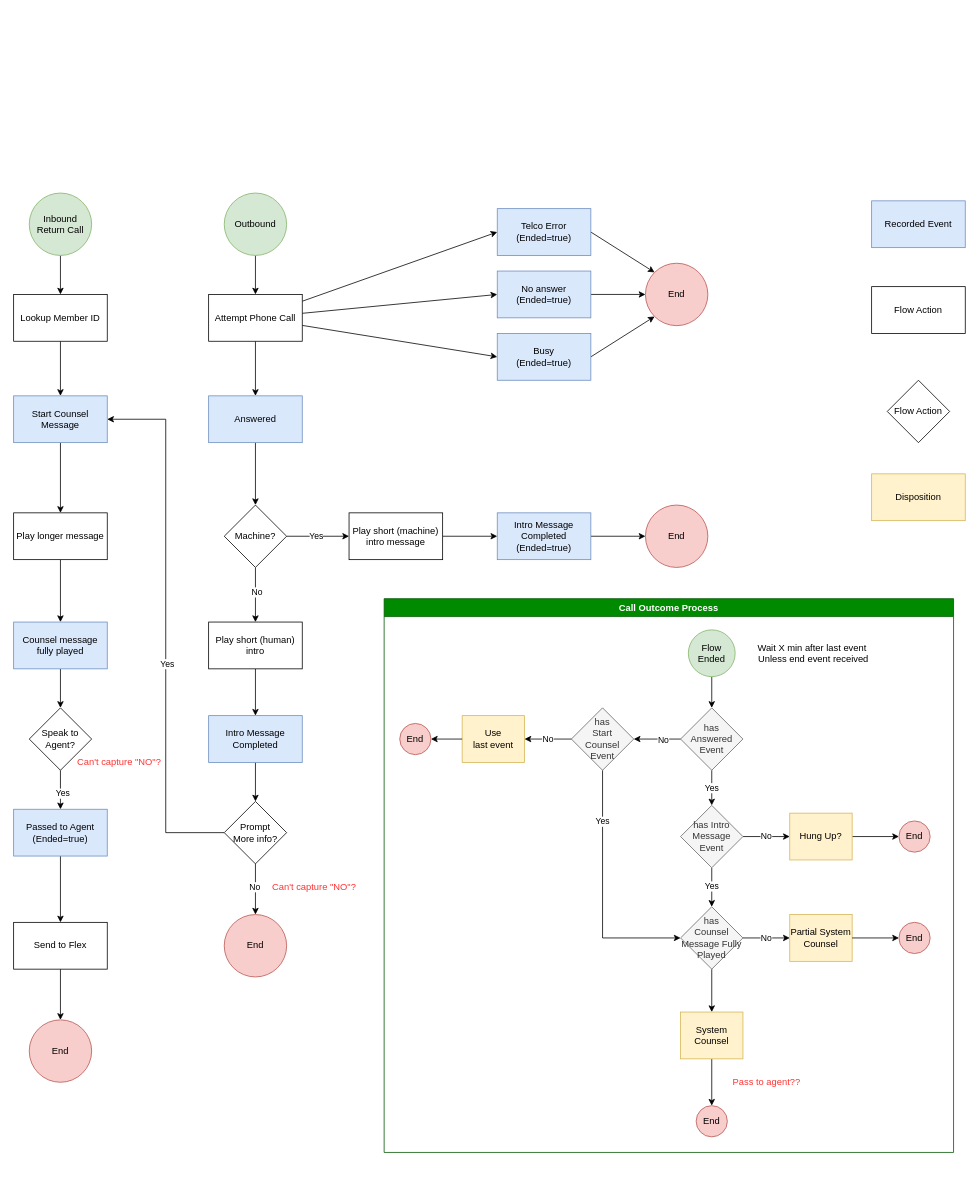
Before: Untitled Diagram.drawio in mfoulk/diagrams, a draw.io diagram. Source tidied: cells renumbered, new cells numbered last; positions are measured from the earlier drawing's top-left corner, leaving out a move shared by most shapes. Both pictures are drawn from the tidied source at 78%, with x=0, y=0 at pixel (13, 193).
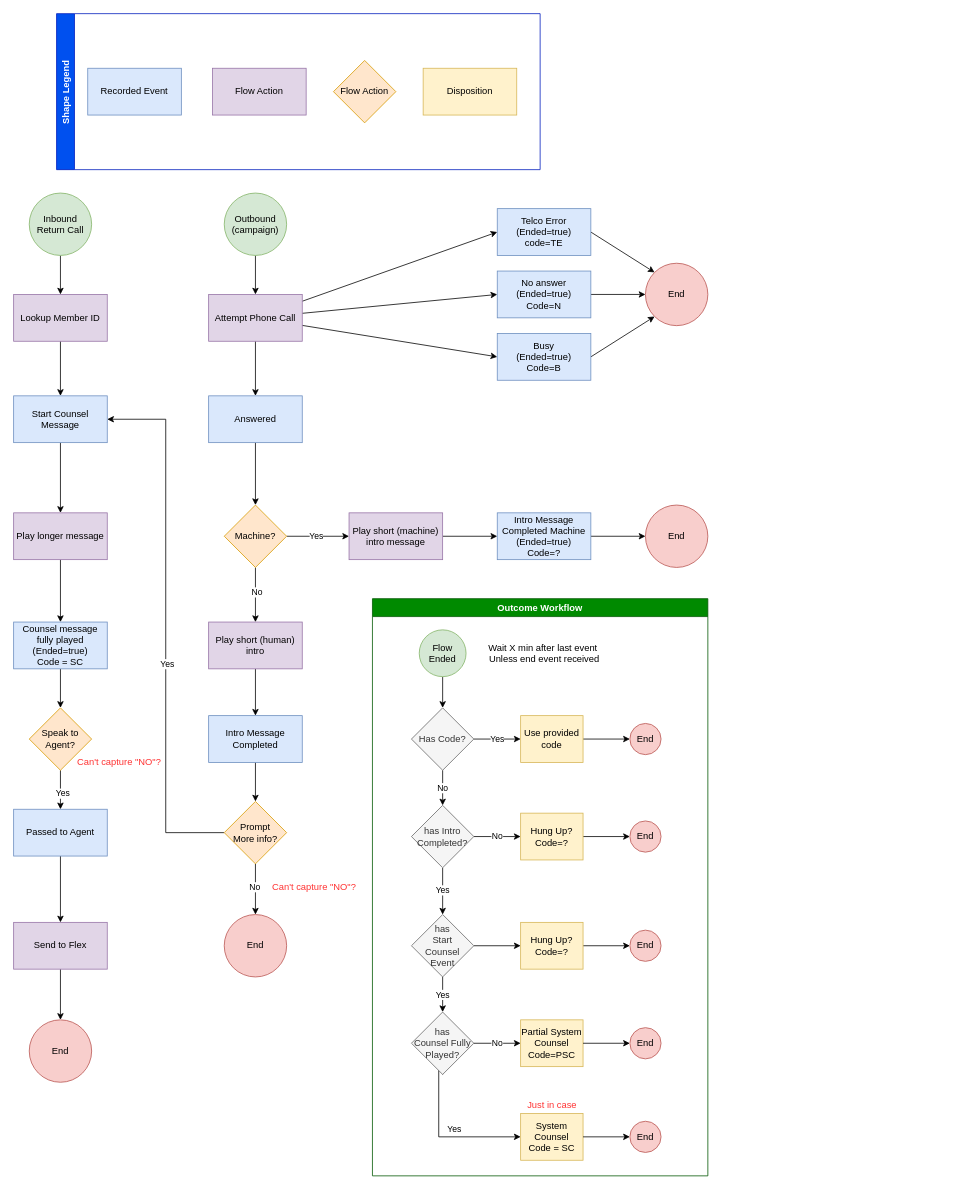
After the change.

Change to the diagram source:
```diff
@@
-    <mxCell id="3" value="Outbound" style="ellipse;whiteSpace=wrap;html=1;fillColor=#d5e8d4;strokeColor=#82b366;" parent="1" vertex="1">
+    <mxCell id="3" value="Outbound&lt;br&gt;(campaign)" style="ellipse;whiteSpace=wrap;html=1;fillColor=#d5e8d4;strokeColor=#82b366;" parent="1" vertex="1">
       <mxGeometry x="270" width="80" height="80" as="geometry" />
     </mxCell>
@@
-    <mxCell id="7" value="Play short (human) intro" style="rounded=0;whiteSpace=wrap;html=1;" parent="1" vertex="1">
+    <mxCell id="7" value="Play short (human) intro" style="rounded=0;whiteSpace=wrap;html=1;fillColor=#e1d5e7;strokeColor=#9673a6;" parent="1" vertex="1">
       <mxGeometry x="250" y="550" width="120" height="60" as="geometry" />
     </mxCell>
@@
-    <mxCell id="12" value="Machine?" style="rhombus;whiteSpace=wrap;html=1;" parent="1" vertex="1">
+    <mxCell id="12" value="Machine?" style="rhombus;whiteSpace=wrap;html=1;fillColor=#ffe6cc;strokeColor=#d79b00;" parent="1" vertex="1">
       <mxGeometry x="270" y="400" width="80" height="80" as="geometry" />
     </mxCell>
@@
-    <mxCell id="14" value="Play longer message" style="rounded=0;whiteSpace=wrap;html=1;" parent="1" vertex="1">
+    <mxCell id="14" value="Play longer message" style="rounded=0;whiteSpace=wrap;html=1;fillColor=#e1d5e7;strokeColor=#9673a6;" parent="1" vertex="1">
       <mxGeometry y="410" width="120" height="60" as="geometry" />
     </mxCell>
@@
-    <mxCell id="16" value="Play short (machine) intro message" style="rounded=0;whiteSpace=wrap;html=1;" parent="1" vertex="1">
+    <mxCell id="16" value="Play short (machine) intro message" style="rounded=0;whiteSpace=wrap;html=1;fillColor=#e1d5e7;strokeColor=#9673a6;" parent="1" vertex="1">
       <mxGeometry x="430" y="410" width="120" height="60" as="geometry" />
     </mxCell>
@@
-    <mxCell id="21" value="Prompt &lt;br&gt;More info?" style="rhombus;whiteSpace=wrap;html=1;" parent="1" vertex="1">
+    <mxCell id="21" value="Prompt &lt;br&gt;More info?" style="rhombus;whiteSpace=wrap;html=1;fillColor=#ffe6cc;strokeColor=#d79b00;" parent="1" vertex="1">
       <mxGeometry x="270" y="780" width="80" height="80" as="geometry" />
     </mxCell>
@@
-    <mxCell id="24" value="Speak to Agent?" style="rhombus;whiteSpace=wrap;html=1;" parent="1" vertex="1">
+    <mxCell id="24" value="Speak to Agent?" style="rhombus;whiteSpace=wrap;html=1;fillColor=#ffe6cc;strokeColor=#d79b00;" parent="1" vertex="1">
       <mxGeometry x="20" y="660" width="80" height="80" as="geometry" />
     </mxCell>
@@
-    <mxCell id="26" value="Send to Flex" style="rounded=0;whiteSpace=wrap;html=1;" parent="1" vertex="1">
+    <mxCell id="26" value="Send to Flex" style="rounded=0;whiteSpace=wrap;html=1;fillColor=#e1d5e7;strokeColor=#9673a6;" parent="1" vertex="1">
       <mxGeometry y="935" width="120" height="60" as="geometry" />
     </mxCell>
@@
-    <mxCell id="28" value="Intro Message Completed&lt;br&gt;(Ended=true)" style="whiteSpace=wrap;html=1;rounded=0;fillColor=#dae8fc;strokeColor=#6c8ebf;" parent="1" vertex="1">
+    <mxCell id="28" value="Intro Message Completed Machine&lt;br&gt;(Ended=true)&lt;br&gt;Code=?" style="whiteSpace=wrap;html=1;rounded=0;fillColor=#dae8fc;strokeColor=#6c8ebf;" parent="1" vertex="1">
       <mxGeometry x="620" y="410" width="120" height="60" as="geometry" />
     </mxCell>
@@
-    <mxCell id="33" value="Counsel message fully played" style="whiteSpace=wrap;html=1;rounded=0;fillColor=#dae8fc;strokeColor=#6c8ebf;" parent="1" vertex="1">
+    <mxCell id="33" value="Counsel message fully played&lt;br&gt;(Ended=true)&lt;br&gt;Code = SC" style="whiteSpace=wrap;html=1;rounded=0;fillColor=#dae8fc;strokeColor=#6c8ebf;" parent="1" vertex="1">
       <mxGeometry y="550" width="120" height="60" as="geometry" />
     </mxCell>
@@
-    <mxCell id="35" value="Passed to Agent&lt;br&gt;(Ended=true)" style="whiteSpace=wrap;html=1;rounded=0;fillColor=#dae8fc;strokeColor=#6c8ebf;" parent="1" vertex="1">
+    <mxCell id="35" value="Passed to Agent" style="whiteSpace=wrap;html=1;rounded=0;fillColor=#dae8fc;strokeColor=#6c8ebf;" parent="1" vertex="1">
       <mxGeometry y="790" width="120" height="60" as="geometry" />
     </mxCell>
@@
-    <mxCell id="40" value="Attempt Phone Call" style="rounded=0;whiteSpace=wrap;html=1;" parent="1" vertex="1">
+    <mxCell id="40" value="Attempt Phone Call" style="rounded=0;whiteSpace=wrap;html=1;fillColor=#e1d5e7;strokeColor=#9673a6;" parent="1" vertex="1">
       <mxGeometry x="250" y="130" width="120" height="60" as="geometry" />
     </mxCell>
@@
-    <mxCell id="42" value="No answer&lt;br&gt;(Ended=true)" style="whiteSpace=wrap;html=1;rounded=0;fillColor=#dae8fc;strokeColor=#6c8ebf;" parent="1" vertex="1">
+    <mxCell id="42" value="No answer&lt;br&gt;(Ended=true)&lt;br&gt;Code=N" style="whiteSpace=wrap;html=1;rounded=0;fillColor=#dae8fc;strokeColor=#6c8ebf;" parent="1" vertex="1">
       <mxGeometry x="620" y="100" width="120" height="60" as="geometry" />
     </mxCell>
@@
-    <mxCell id="44" value="Telco Error&lt;br&gt;(Ended=true)" style="whiteSpace=wrap;html=1;rounded=0;fillColor=#dae8fc;strokeColor=#6c8ebf;" parent="1" vertex="1">
+    <mxCell id="44" value="Telco Error&lt;br&gt;(Ended=true)&lt;br&gt;code=TE" style="whiteSpace=wrap;html=1;rounded=0;fillColor=#dae8fc;strokeColor=#6c8ebf;" parent="1" vertex="1">
       <mxGeometry x="620" y="20" width="120" height="60" as="geometry" />
     </mxCell>
@@
-    <mxCell id="46" value="Busy&lt;br&gt;(Ended=true)" style="whiteSpace=wrap;html=1;rounded=0;fillColor=#dae8fc;strokeColor=#6c8ebf;" parent="1" vertex="1">
+    <mxCell id="46" value="Busy&lt;br&gt;(Ended=true)&lt;br&gt;Code=B" style="whiteSpace=wrap;html=1;rounded=0;fillColor=#dae8fc;strokeColor=#6c8ebf;" parent="1" vertex="1">
       <mxGeometry x="620" y="180" width="120" height="60" as="geometry" />
     </mxCell>
@@
-    <mxCell id="50" value="Recorded Event" style="whiteSpace=wrap;html=1;rounded=0;fillColor=#dae8fc;strokeColor=#6c8ebf;" parent="1" vertex="1">
-      <mxGeometry x="1100" y="10" width="120" height="60" as="geometry" />
-    </mxCell>
@@
-    <mxCell id="52" value="Lookup Member ID" style="rounded=0;whiteSpace=wrap;html=1;" parent="1" vertex="1">
+    <mxCell id="52" value="Lookup Member ID" style="rounded=0;whiteSpace=wrap;html=1;fillColor=#e1d5e7;strokeColor=#9673a6;" parent="1" vertex="1">
       <mxGeometry y="130" width="120" height="60" as="geometry" />
     </mxCell>
@@
-    <mxCell id="56" value="Call Outcome Process" style="swimlane;fillColor=#008a00;strokeColor=#005700;fontColor=#ffffff;" parent="1" vertex="1">
-      <mxGeometry x="475" y="520" width="730" height="710" as="geometry" />
+    <mxCell id="56" value="Outcome Workflow" style="swimlane;fillColor=#008a00;strokeColor=#005700;fontColor=#ffffff;" parent="1" vertex="1">
+      <mxGeometry x="460" y="520" width="430" height="740" as="geometry" />
     </mxCell>
@@
     <mxCell id="58" value="Flow Ended" style="ellipse;whiteSpace=wrap;html=1;fillColor=#d5e8d4;strokeColor=#82b366;" parent="56" vertex="1">
-      <mxGeometry x="390" y="40" width="60" height="60" as="geometry" />
+      <mxGeometry x="60" y="40" width="60" height="60" as="geometry" />
     </mxCell>
-    <mxCell id="59" value="Yes" style="edgeStyle=none;rounded=0;jettySize=auto;html=1;" parent="56" edge="1" source="60" target="64">
+    <mxCell id="59" value="No" style="edgeStyle=none;rounded=0;jettySize=auto;html=1;" parent="56" edge="1" source="60" target="64">
       <mxGeometry relative="1" as="geometry" />
     </mxCell>
+    <mxCell id="94" value="&lt;font color=&quot;#000000&quot;&gt;Yes&lt;/font&gt;" style="edgeStyle=orthogonalEdgeStyle;rounded=0;jettySize=auto;html=1;entryX=0;entryY=0.5;entryDx=0;entryDy=0;fontColor=#FF3333;" parent="56" edge="1" source="60" target="98">
+      <mxGeometry relative="1" as="geometry" />
+    </mxCell>
-    <mxCell id="60" value="has &lt;br&gt;Answered Event" style="rhombus;whiteSpace=wrap;html=1;fillColor=#f5f5f5;fontColor=#333333;strokeColor=#666666;" parent="56" vertex="1">
-      <mxGeometry x="380" y="140" width="80" height="80" as="geometry" />
+    <mxCell id="60" value="Has Code?" style="rhombus;whiteSpace=wrap;html=1;fillColor=#f5f5f5;fontColor=#333333;strokeColor=#666666;" parent="56" vertex="1">
+      <mxGeometry x="50" y="140" width="80" height="80" as="geometry" />
     </mxCell>
@@
-    <mxCell id="62" style="edgeStyle=none;rounded=0;jettySize=auto;html=1;" parent="56" edge="1" source="64" target="69">
+    <mxCell id="62" style="edgeStyle=none;rounded=0;jettySize=auto;html=1;entryX=0.5;entryY=0;entryDx=0;entryDy=0;" parent="56" edge="1" source="64" target="79">
       <mxGeometry relative="1" as="geometry" />
     </mxCell>
@@
-    <mxCell id="64" value="has Intro Message&lt;br&gt;Event" style="rhombus;whiteSpace=wrap;html=1;fillColor=#f5f5f5;fontColor=#333333;strokeColor=#666666;" parent="56" vertex="1">
-      <mxGeometry x="380" y="265" width="80" height="80" as="geometry" />
+    <mxCell id="64" value="has Intro Completed?" style="rhombus;whiteSpace=wrap;html=1;fillColor=#f5f5f5;fontColor=#333333;strokeColor=#666666;" parent="56" vertex="1">
+      <mxGeometry x="50" y="265" width="80" height="80" as="geometry" />
     </mxCell>
@@
-    <mxCell id="66" value="Hung Up?" style="whiteSpace=wrap;html=1;fillColor=#fff2cc;strokeColor=#d6b656;" parent="56" vertex="1">
-      <mxGeometry x="520" y="275" width="80" height="60" as="geometry" />
+    <mxCell id="66" value="Hung Up?&lt;br&gt;Code=?" style="whiteSpace=wrap;html=1;fillColor=#fff2cc;strokeColor=#d6b656;" parent="56" vertex="1">
+      <mxGeometry x="190" y="275" width="80" height="60" as="geometry" />
     </mxCell>
     <mxCell id="67" value="End" style="ellipse;whiteSpace=wrap;html=1;fillColor=#f8cecc;strokeColor=#b85450;" parent="56" vertex="1">
-      <mxGeometry x="660" y="285" width="40" height="40" as="geometry" />
+      <mxGeometry x="330" y="285" width="40" height="40" as="geometry" />
     </mxCell>
-    <mxCell id="68" style="edgeStyle=orthogonalEdgeStyle;rounded=0;jettySize=auto;html=1;" parent="56" edge="1" source="69" target="81">
-      <mxGeometry relative="1" as="geometry" />
+    <mxCell id="68" value="Yes" style="edgeStyle=orthogonalEdgeStyle;rounded=0;jettySize=auto;html=1;exitX=0.5;exitY=1;exitDx=0;exitDy=0;" parent="56" edge="1" source="69" target="81">
+      <mxGeometry x="0.37" y="10" relative="1" as="geometry">
+        <Array as="points">
+          <mxPoint x="90" y="570" />
+          <mxPoint x="85" y="570" />
+          <mxPoint x="85" y="690" />
+        </Array>
+      </mxGeometry>
     </mxCell>
-    <mxCell id="69" value="has &lt;br&gt;Counsel Message Fully&lt;br&gt;Played" style="rhombus;whiteSpace=wrap;html=1;fillColor=#f5f5f5;fontColor=#333333;strokeColor=#666666;" parent="56" vertex="1">
-      <mxGeometry x="380" y="395" width="80" height="80" as="geometry" />
+    <mxCell id="69" value="has &lt;br&gt;Counsel Fully&lt;br&gt;Played?" style="rhombus;whiteSpace=wrap;html=1;fillColor=#f5f5f5;fontColor=#333333;strokeColor=#666666;" parent="56" vertex="1">
+      <mxGeometry x="50" y="530" width="80" height="80" as="geometry" />
     </mxCell>
-    <mxCell id="70" value="Partial System Counsel" style="whiteSpace=wrap;html=1;fillColor=#fff2cc;strokeColor=#d6b656;" parent="56" vertex="1">
-      <mxGeometry x="520" y="405" width="80" height="60" as="geometry" />
+    <mxCell id="70" value="Partial System Counsel&lt;br&gt;Code=PSC" style="whiteSpace=wrap;html=1;fillColor=#fff2cc;strokeColor=#d6b656;" parent="56" vertex="1">
+      <mxGeometry x="190" y="540" width="80" height="60" as="geometry" />
     </mxCell>
@@
     <mxCell id="72" value="End" style="ellipse;whiteSpace=wrap;html=1;fillColor=#f8cecc;strokeColor=#b85450;" parent="56" vertex="1">
-      <mxGeometry x="660" y="415" width="40" height="40" as="geometry" />
+      <mxGeometry x="330" y="550" width="40" height="40" as="geometry" />
     </mxCell>
@@
-    <mxCell id="74" style="edgeStyle=none;rounded=0;jettySize=auto;html=1;entryX=1;entryY=0.5;entryDx=0;entryDy=0;" parent="56" edge="1" source="60" target="79">
-      <mxGeometry relative="1" as="geometry" />
-    </mxCell>
-    <mxCell id="75" value="No" style="edgeLabel;html=1;align=center;verticalAlign=middle;" parent="74" vertex="1">
-      <mxGeometry x="-0.23" y="1" relative="1" as="geometry" />
-    </mxCell>
-    <mxCell id="76" value="End" style="ellipse;whiteSpace=wrap;html=1;fillColor=#f8cecc;strokeColor=#b85450;" parent="56" vertex="1">
-      <mxGeometry x="20" y="160" width="40" height="40" as="geometry" />
-    </mxCell>
-    <mxCell id="77" style="edgeStyle=orthogonalEdgeStyle;rounded=0;jettySize=auto;html=1;entryX=0;entryY=0.5;entryDx=0;entryDy=0;" parent="56" edge="1" source="79" target="69">
-      <mxGeometry relative="1" as="geometry">
-        <Array as="points">
-          <mxPoint x="280" y="435" />
-        </Array>
-      </mxGeometry>
+    <mxCell id="77" value="Yes" style="edgeStyle=orthogonalEdgeStyle;rounded=0;jettySize=auto;html=1;fontColor=#000000;" parent="56" edge="1" source="79" target="69">
+      <mxGeometry relative="1" as="geometry" />
     </mxCell>
-    <mxCell id="78" value="Yes" style="edgeLabel;html=1;align=center;verticalAlign=middle;" parent="77" vertex="1">
-      <mxGeometry x="-0.59" y="-1" relative="1" as="geometry" />
-    </mxCell>
+    <mxCell id="95" style="edgeStyle=orthogonalEdgeStyle;rounded=0;jettySize=auto;html=1;entryX=0;entryY=0.5;entryDx=0;entryDy=0;fontColor=#000000;" parent="56" edge="1" source="79" target="100">
+      <mxGeometry relative="1" as="geometry" />
+    </mxCell>
     <mxCell id="79" value="has &lt;br&gt;Start &lt;br&gt;Counsel Event" style="rhombus;whiteSpace=wrap;html=1;fillColor=#f5f5f5;fontColor=#333333;strokeColor=#666666;" parent="56" vertex="1">
-      <mxGeometry x="240" y="140" width="80" height="80" as="geometry" />
+      <mxGeometry x="50" y="405" width="80" height="80" as="geometry" />
     </mxCell>
-    <mxCell id="80" style="edgeStyle=orthogonalEdgeStyle;rounded=0;jettySize=auto;html=1;entryX=0.5;entryY=0;entryDx=0;entryDy=0;" parent="56" edge="1" source="81" target="82">
-      <mxGeometry relative="1" as="geometry" />
-    </mxCell>
-    <mxCell id="81" value="System Counsel" style="whiteSpace=wrap;html=1;fillColor=#fff2cc;strokeColor=#d6b656;" parent="56" vertex="1">
-      <mxGeometry x="380" y="530" width="80" height="60" as="geometry" />
+    <mxCell id="81" value="System Counsel&lt;br&gt;Code = SC" style="whiteSpace=wrap;html=1;fillColor=#fff2cc;strokeColor=#d6b656;" parent="56" vertex="1">
+      <mxGeometry x="190" y="660" width="80" height="60" as="geometry" />
     </mxCell>
-    <mxCell id="82" value="End" style="ellipse;whiteSpace=wrap;html=1;fillColor=#f8cecc;strokeColor=#b85450;" parent="56" vertex="1">
-      <mxGeometry x="400" y="650" width="40" height="40" as="geometry" />
-    </mxCell>
-    <mxCell id="83" value="Use &lt;br&gt;last event" style="whiteSpace=wrap;html=1;fillColor=#fff2cc;strokeColor=#d6b656;" parent="56" vertex="1">
-      <mxGeometry x="100" y="150" width="80" height="60" as="geometry" />
-    </mxCell>
-    <mxCell id="84" style="edgeStyle=none;rounded=0;jettySize=auto;html=1;entryX=1;entryY=0.5;entryDx=0;entryDy=0;" parent="56" edge="1" source="83" target="76">
-      <mxGeometry relative="1" as="geometry" />
-    </mxCell>
-    <mxCell id="85" value="No" style="edgeStyle=none;rounded=0;jettySize=auto;html=1;" parent="56" edge="1" source="79" target="83">
-      <mxGeometry relative="1" as="geometry" />
-    </mxCell>
     <mxCell id="86" value="Wait X min after last event&amp;nbsp;&lt;br&gt;Unless end event received" style="text;html=1;align=center;verticalAlign=middle;strokeColor=none;fillColor=none;" parent="56" vertex="1">
-      <mxGeometry x="470" y="55" width="160" height="30" as="geometry" />
+      <mxGeometry x="140" y="55" width="160" height="30" as="geometry" />
     </mxCell>
-    <mxCell id="87" value="&lt;font&gt;Pass to agent??&lt;/font&gt;" style="text;html=1;align=center;verticalAlign=middle;strokeColor=none;fillColor=none;fontColor=#FF3333;" parent="56" vertex="1">
-      <mxGeometry x="440" y="610" width="100" height="20" as="geometry" />
+    <mxCell id="87" value="&lt;font&gt;Just in case&lt;/font&gt;" style="text;html=1;align=center;verticalAlign=middle;strokeColor=none;fillColor=none;fontColor=#FF3333;" parent="56" vertex="1">
+      <mxGeometry x="190" y="640" width="80" height="20" as="geometry" />
     </mxCell>
+    <mxCell id="96" value="End" style="ellipse;whiteSpace=wrap;html=1;fillColor=#f8cecc;strokeColor=#b85450;" parent="56" vertex="1">
+      <mxGeometry x="330" y="160" width="40" height="40" as="geometry" />
+    </mxCell>
+    <mxCell id="97" style="edgeStyle=orthogonalEdgeStyle;rounded=0;jettySize=auto;html=1;fontColor=#000000;" parent="56" edge="1" source="98" target="96">
+      <mxGeometry relative="1" as="geometry" />
+    </mxCell>
+    <mxCell id="98" value="Use provided code" style="whiteSpace=wrap;html=1;fillColor=#fff2cc;strokeColor=#d6b656;" parent="56" vertex="1">
+      <mxGeometry x="190" y="150" width="80" height="60" as="geometry" />
+    </mxCell>
+    <mxCell id="99" style="edgeStyle=orthogonalEdgeStyle;rounded=0;jettySize=auto;html=1;fontColor=#000000;" parent="56" edge="1" source="100" target="101">
+      <mxGeometry relative="1" as="geometry" />
+    </mxCell>
+    <mxCell id="100" value="Hung Up?&lt;br&gt;Code=?" style="whiteSpace=wrap;html=1;fillColor=#fff2cc;strokeColor=#d6b656;" parent="56" vertex="1">
+      <mxGeometry x="190" y="415" width="80" height="60" as="geometry" />
+    </mxCell>
+    <mxCell id="101" value="End" style="ellipse;whiteSpace=wrap;html=1;fillColor=#f8cecc;strokeColor=#b85450;" parent="56" vertex="1">
+      <mxGeometry x="330" y="425" width="40" height="40" as="geometry" />
+    </mxCell>
+    <mxCell id="82" value="End" style="ellipse;whiteSpace=wrap;html=1;fillColor=#f8cecc;strokeColor=#b85450;" parent="56" vertex="1">
+      <mxGeometry x="330" y="670" width="40" height="40" as="geometry" />
+    </mxCell>
+    <mxCell id="80" style="edgeStyle=orthogonalEdgeStyle;rounded=0;jettySize=auto;html=1;entryX=0;entryY=0.5;entryDx=0;entryDy=0;" parent="56" edge="1" source="81" target="82">
+      <mxGeometry relative="1" as="geometry" />
+    </mxCell>
@@
-    <mxCell id="89" value="Flow Action" style="rounded=0;whiteSpace=wrap;html=1;" parent="1" vertex="1">
-      <mxGeometry x="1100" y="120" width="120" height="60" as="geometry" />
-    </mxCell>
-    <mxCell id="90" value="Flow Action" style="rhombus;whiteSpace=wrap;html=1;" parent="1" vertex="1">
-      <mxGeometry x="1120" y="240" width="80" height="80" as="geometry" />
-    </mxCell>
-    <mxCell id="91" value="Disposition" style="rounded=0;whiteSpace=wrap;html=1;fillColor=#fff2cc;strokeColor=#d6b656;" parent="1" vertex="1">
-      <mxGeometry x="1100" y="360" width="120" height="60" as="geometry" />
-    </mxCell>
@@
+    <mxCell id="102" value="Shape Legend" style="swimlane;horizontal=0;fillColor=#0050ef;strokeColor=#001DBC;rounded=0;fontColor=#ffffff;" parent="1" vertex="1">
+      <mxGeometry x="55" y="-230" width="620" height="200" as="geometry" />
+    </mxCell>
+    <mxCell id="91" value="Disposition" style="rounded=0;whiteSpace=wrap;html=1;fillColor=#fff2cc;strokeColor=#d6b656;" parent="102" vertex="1">
+      <mxGeometry x="470" y="70" width="120" height="60" as="geometry" />
+    </mxCell>
+    <mxCell id="90" value="Flow Action" style="rhombus;whiteSpace=wrap;html=1;fillColor=#ffe6cc;strokeColor=#d79b00;" parent="102" vertex="1">
+      <mxGeometry x="355" y="60" width="80" height="80" as="geometry" />
+    </mxCell>
+    <mxCell id="89" value="Flow Action" style="rounded=0;whiteSpace=wrap;html=1;fillColor=#e1d5e7;strokeColor=#9673a6;" parent="102" vertex="1">
+      <mxGeometry x="200" y="70" width="120" height="60" as="geometry" />
+    </mxCell>
+    <mxCell id="50" value="Recorded Event" style="whiteSpace=wrap;html=1;rounded=0;fillColor=#dae8fc;strokeColor=#6c8ebf;" parent="102" vertex="1">
+      <mxGeometry x="40" y="70" width="120" height="60" as="geometry" />
+    </mxCell>
```
